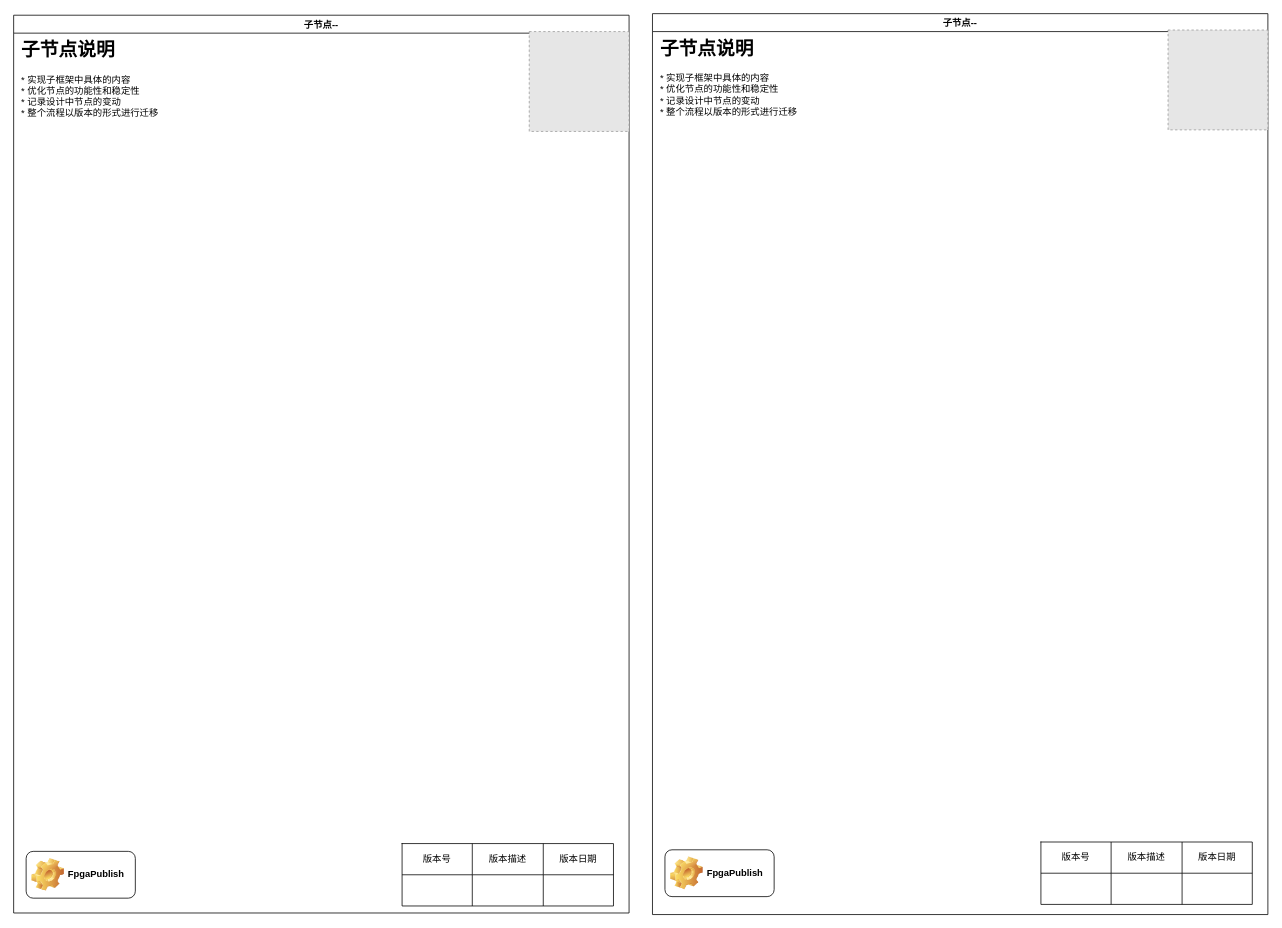
Above: page "子节点1--PC和PS通信" (3 of 4) of smart_eye_exec_flow/smart_eye_flow_manual.drawio in FpgaPublish/k0_smart_eye (draw.io), before the change. Source tidied: cells renumbered, new cells numbered last; positions are measured from the earlier drawing's top-left corner, leaving out a move shared by most shapes. Both pictures are drawn from the tidied source at 78%, with x=0, y=0 at pixel (13, 13). Pictures stored in the file or linked from it are replaced by grey dashed boxes.
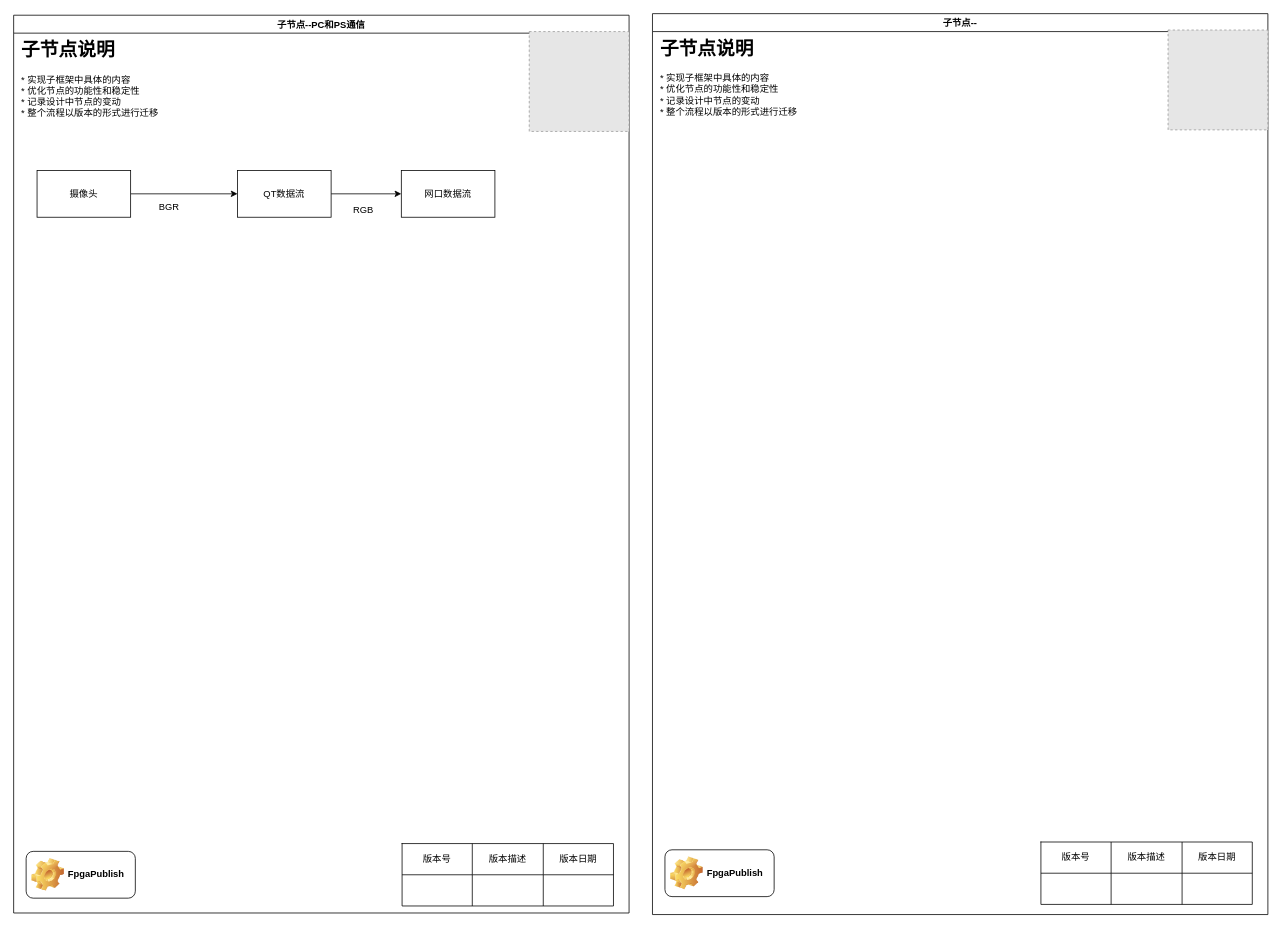
Above is the later version.

Diff of the diagram source:
```diff
@@
-    <mxCell id="2" value="子节点--" style="swimlane;startSize=23;" parent="1" vertex="1">
+    <mxCell id="2" value="子节点--PC和PS通信" style="swimlane;startSize=23;" parent="1" vertex="1">
       <mxGeometry y="2" width="789" height="1151" as="geometry" />
     </mxCell>
@@
+    <mxCell id="28" style="edgeStyle=orthogonalEdgeStyle;rounded=0;jettySize=auto;html=1;exitX=1;exitY=0.5;exitDx=0;exitDy=0;" parent="2" edge="1" source="29" target="30">
+      <mxGeometry relative="1" as="geometry" />
+    </mxCell>
+    <mxCell id="29" value="QT数据流" style="rounded=0;whiteSpace=wrap;html=1;" parent="2" vertex="1">
+      <mxGeometry x="287" y="199" width="120" height="60" as="geometry" />
+    </mxCell>
+    <mxCell id="30" value="网口数据流" style="rounded=0;whiteSpace=wrap;html=1;" parent="2" vertex="1">
+      <mxGeometry x="497" y="199" width="120" height="60" as="geometry" />
+    </mxCell>
+    <mxCell id="31" value="RGB" style="text;html=1;align=center;verticalAlign=middle;strokeColor=none;fillColor=none;" parent="2" vertex="1">
+      <mxGeometry x="430" y="241" width="36" height="18" as="geometry" />
+    </mxCell>
+    <mxCell id="32" style="edgeStyle=orthogonalEdgeStyle;rounded=0;jettySize=auto;html=1;exitX=1;exitY=0.5;exitDx=0;exitDy=0;entryX=0;entryY=0.5;entryDx=0;entryDy=0;" parent="2" edge="1" source="33" target="29">
+      <mxGeometry relative="1" as="geometry" />
+    </mxCell>
+    <mxCell id="33" value="摄像头" style="rounded=0;whiteSpace=wrap;html=1;" parent="2" vertex="1">
+      <mxGeometry x="30" y="199" width="120" height="60" as="geometry" />
+    </mxCell>
+    <mxCell id="34" value="BGR" style="text;html=1;align=center;verticalAlign=middle;strokeColor=none;fillColor=none;" parent="2" vertex="1">
+      <mxGeometry x="181" y="237" width="36" height="18" as="geometry" />
+    </mxCell>
```
